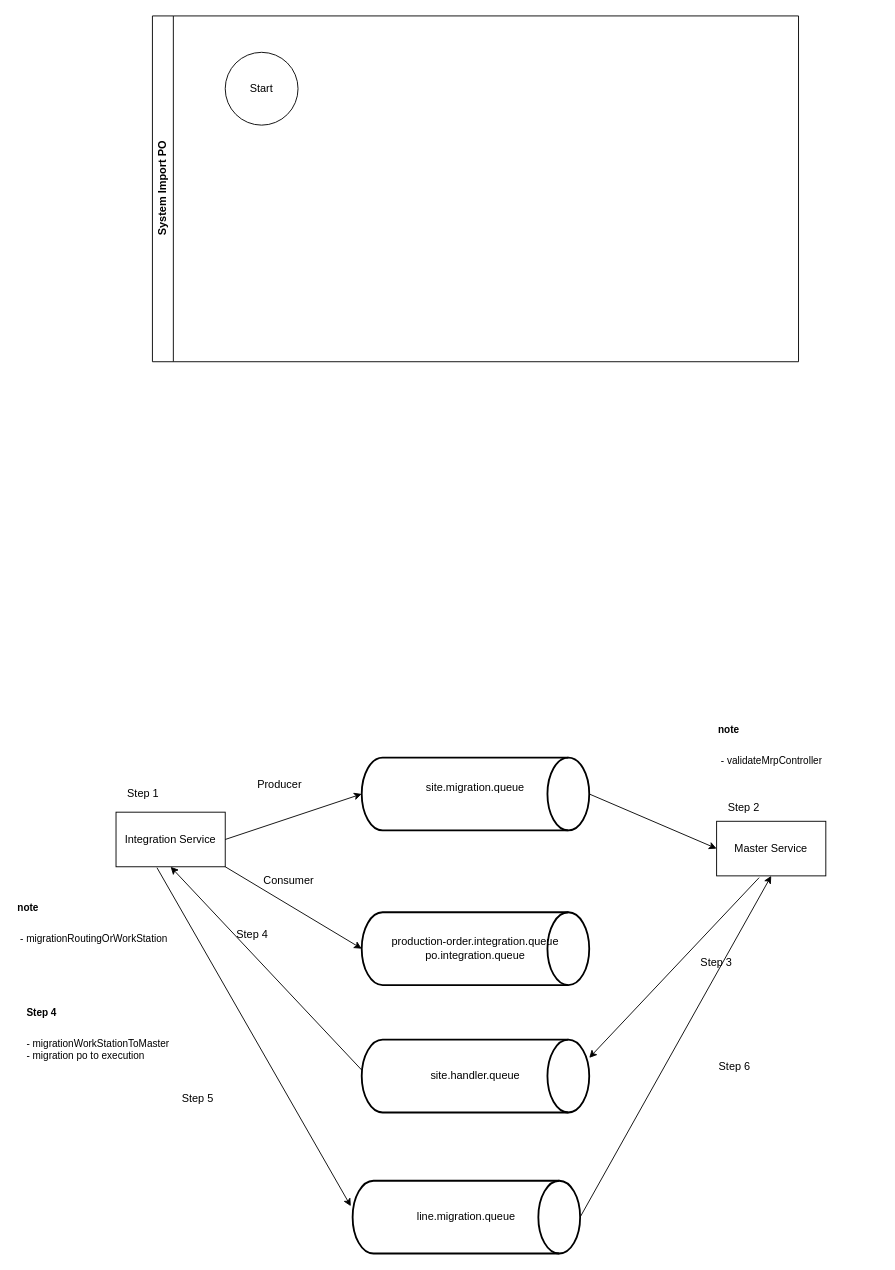
This is page "[Grid]Import_PO" (7 of 7) of Realtime.drawio from tuankhoi2206/Draft-system-overview, a draw.io file, before an edit. Source tidied: cells renumbered, new cells numbered last; positions are measured from the earlier drawing's top-left corner, leaving out a move shared by most shapes. Both pictures are drawn from the tidied source at 91%, with x=0, y=0 at pixel (15, 15).
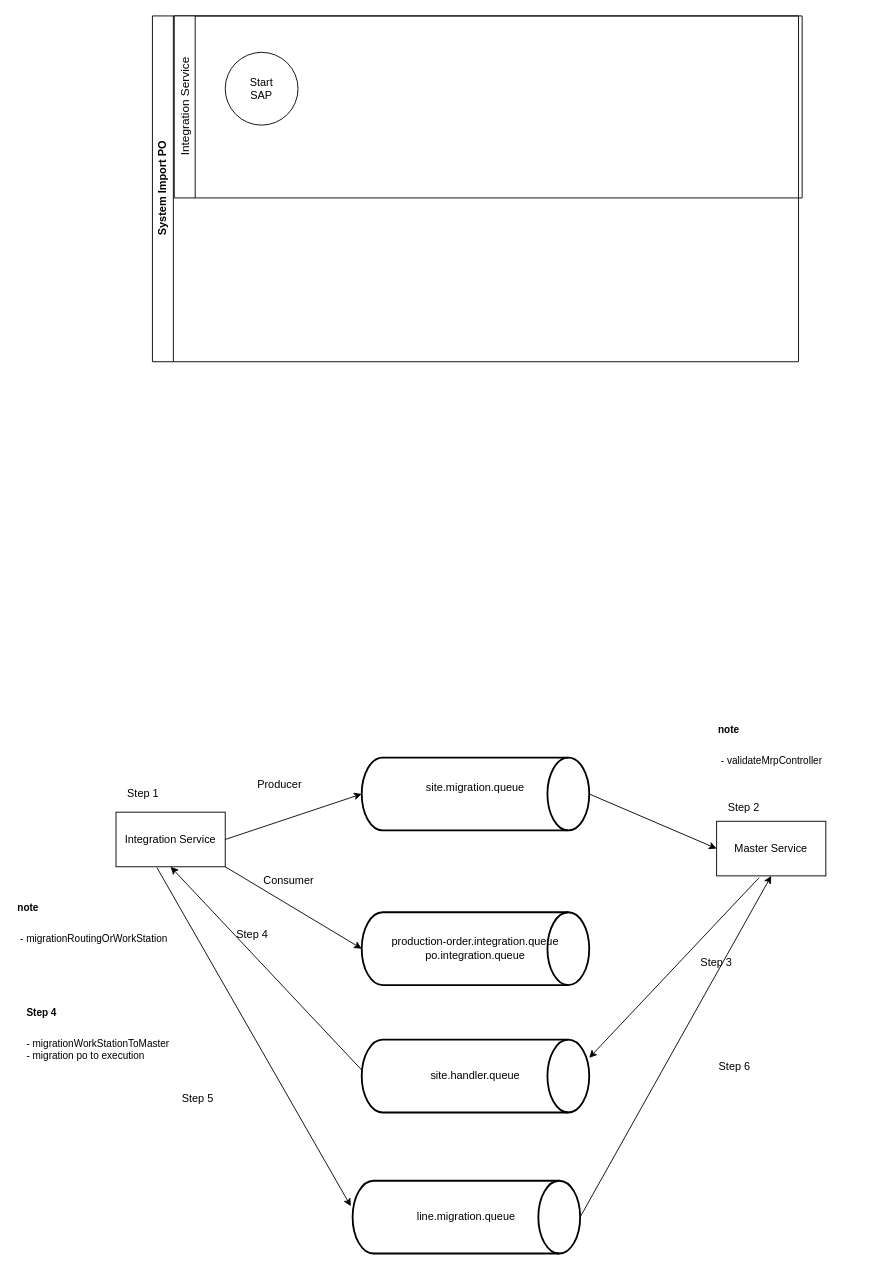
After the change.

Unchanged cells that the change refers to:
```xml
<mxCell id="26" value="System Import PO" style="swimlane;horizontal=0;whiteSpace=wrap;html=1;" parent="1" vertex="1">
  <mxGeometry x="150" width="710" height="380" as="geometry" />
</mxCell>
```

The edit, as a diff of the source:
```diff
@@
-    <mxCell id="27" value="Start" style="ellipse;whiteSpace=wrap;html=1;" parent="26" vertex="1">
+    <mxCell id="27" value="Start&lt;div&gt;SAP&lt;/div&gt;" style="ellipse;whiteSpace=wrap;html=1;" parent="26" vertex="1">
       <mxGeometry x="80" y="40" width="80" height="80" as="geometry" />
     </mxCell>
+    <mxCell id="28" value="&lt;span style=&quot;font-size: 13px; font-weight: 400;&quot;&gt;Integration Service&lt;/span&gt;" style="swimlane;horizontal=0;whiteSpace=wrap;html=1;" parent="26" vertex="1">
+      <mxGeometry x="24" width="690" height="200" as="geometry" />
+    </mxCell>
```
